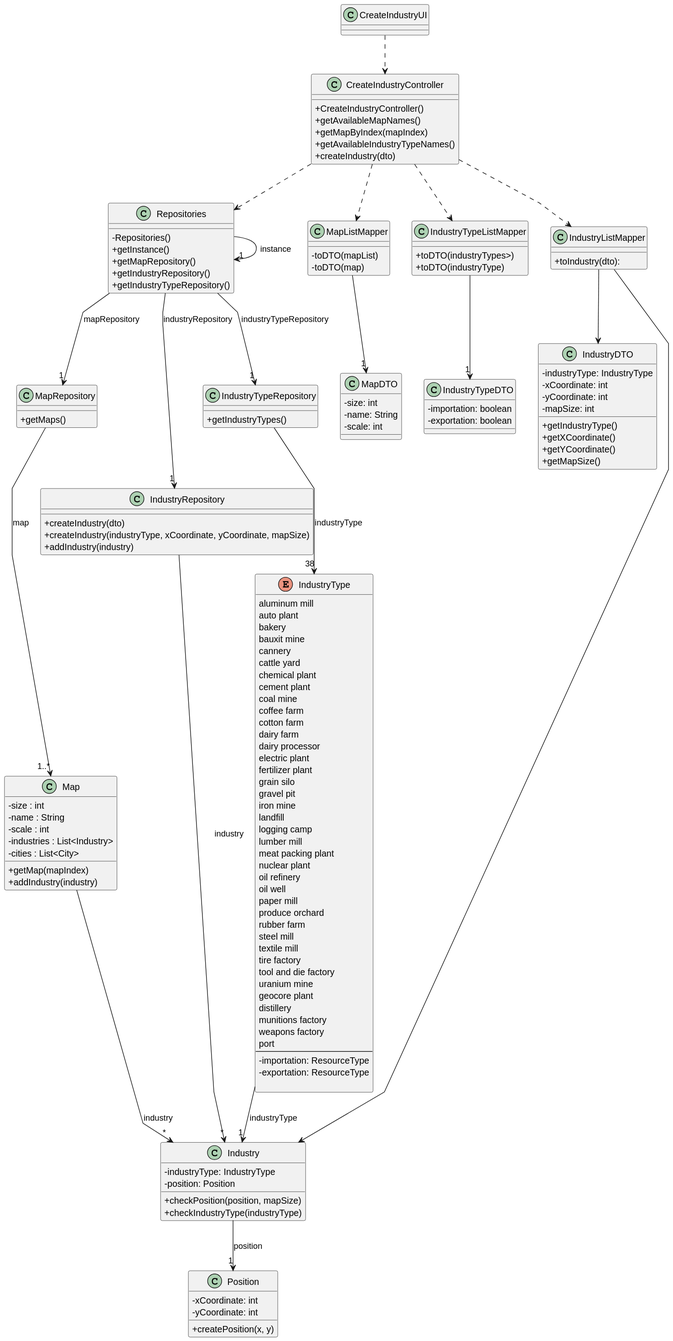
Before: Sprint3/US002/03.design/svg/US002-CD.svg, a diagram exported from PlantUML (1240935/pi2-railway-simulator). Source of this version:
```plantuml
@startuml
skinparam packageStyle rectangle
skinparam shadowing false
skinparam linetype polyline

skinparam classAttributeIconSize 0


class CreateIndustryUI {
}

class CreateIndustryController {
  +CreateIndustryController()
  +getAvailableMapNames()
  +getMapByIndex(mapIndex)
  +getAvailableIndustryTypeNames()
  +createIndustry(dto)
}

class Repositories {
  -Repositories()
  +getInstance()
  +getMapRepository()
  +getIndustryRepository()
  +getIndustryTypeRepository()
}

class MapRepository {
  +getMaps()
}

class IndustryRepository {
  +createIndustry(dto)
  +createIndustry(industryType, xCoordinate, yCoordinate, mapSize)
  +addIndustry(industry)
}

class IndustryTypeRepository {
  +getIndustryTypes()
}

class MapListMapper {
  -toDTO(mapList)
  -toDTO(map)
}

class IndustryTypeListMapper {
  +toDTO(industryTypes>)
  +toDTO(industryType)
}

class IndustryListMapper {
  +toIndustry(dto):
}

class MapDTO {
  -size: int
  -name: String
  -scale: int
}

class IndustryTypeDTO {
  -importation: boolean
  -exportation: boolean
}

class IndustryDTO {
  -industryType: IndustryType
  -xCoordinate: int
  -yCoordinate: int
  -mapSize: int
  +getIndustryType()
  +getXCoordinate()
  +getYCoordinate()
  +getMapSize()
}

class Map {
  - size : int
  - name : String
  - scale : int
  - industries : List<Industry>
  - cities : List<City>
  +getMap(mapIndex)
  +addIndustry(industry)
}

class Industry {
  -industryType: IndustryType
  -position: Position
  +checkPosition(position, mapSize)
  +checkIndustryType(industryType)
}

 enum IndustryType{
    aluminum mill
    auto plant
    bakery
    bauxit mine
    cannery
    cattle yard
    chemical plant
    cement plant
    coal mine
    coffee farm
    cotton farm
    dairy farm
    dairy processor
    electric plant
    fertilizer plant
    grain silo
    gravel pit
    iron mine
    landfill
    logging camp
    lumber mill
    meat packing plant
    nuclear plant
    oil refinery
    oil well
    paper mill
    produce orchard
    rubber farm
    steel mill
    textile mill
    tire factory
    tool and die factory
    uranium mine
    geocore plant
    distillery
    munitions factory
    weapons factory
    port
    --
    -importation: ResourceType
    -exportation: ResourceType

  }

class Position {
  -xCoordinate: int
  -yCoordinate: int
  +createPosition(x, y)
}

CreateIndustryUI ..> CreateIndustryController

CreateIndustryController ..> Repositories

Repositories -> "1" Repositories : instance
Repositories --> "1" MapRepository: mapRepository
Repositories --> "1" IndustryRepository: industryRepository
Repositories --> "1" IndustryTypeRepository: industryTypeRepository

CreateIndustryController ..> MapListMapper

MapListMapper --> "1" MapDTO

CreateIndustryController ..> IndustryTypeListMapper

IndustryTypeListMapper --> "1" IndustryTypeDTO

CreateIndustryController ..> IndustryListMapper

IndustryListMapper --> Industry

IndustryListMapper --> IndustryDTO

Industry --> "1" Position: position

IndustryTypeRepository --> "38" IndustryType: industryType
MapRepository --> "1..*" Map: map
IndustryType --> "1" Industry: industryType

IndustryRepository --> "*" Industry: industry
Map --> "*" Industry: industry
@enduml
```
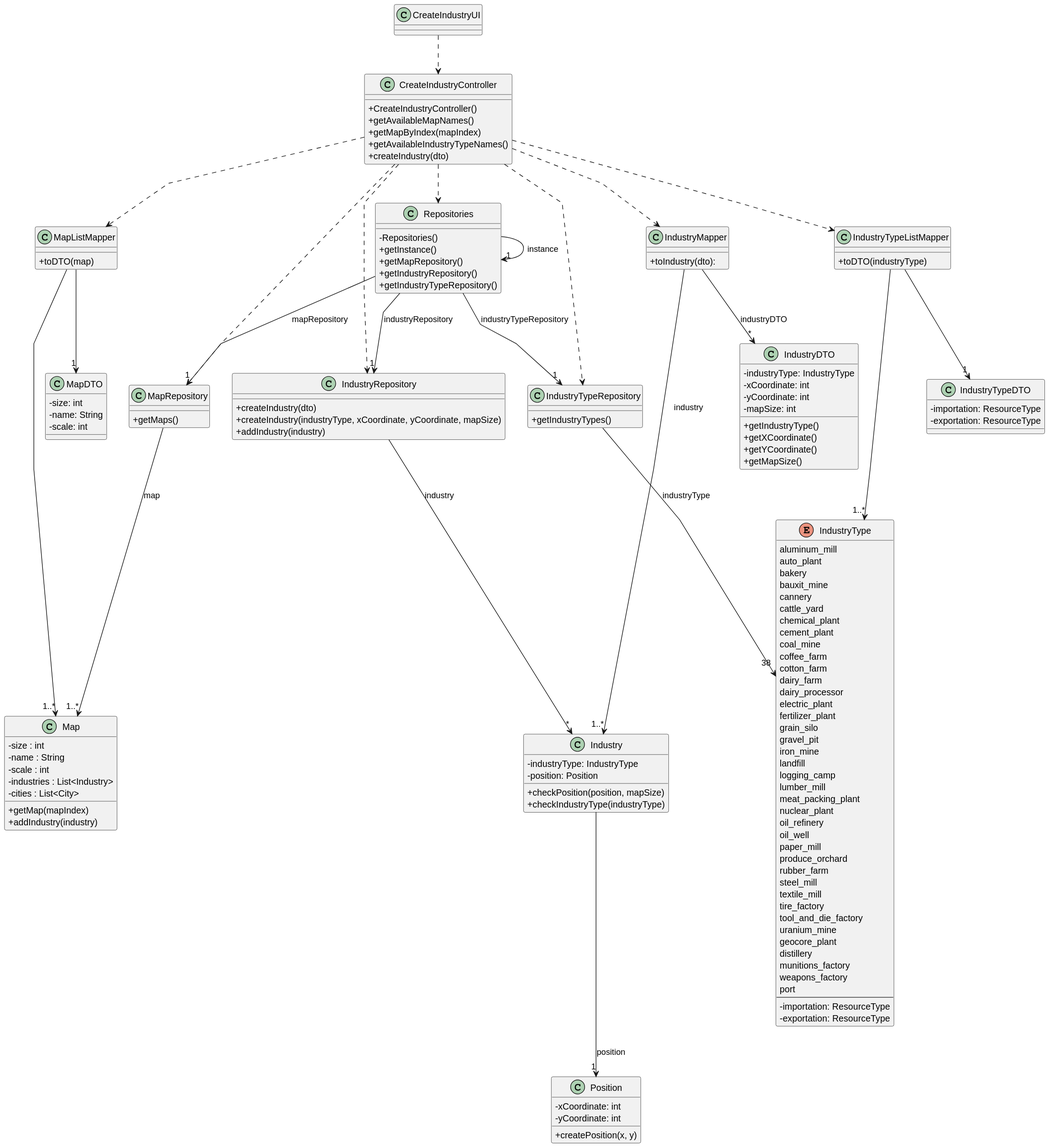
After the commit.

Change to the diagram source:
```diff
@@ -40,16 +40,14 @@
 }
 
 class MapListMapper {
-  -toDTO(mapList)
-  -toDTO(map)
+   +toDTO(map)
 }
 
 class IndustryTypeListMapper {
-  +toDTO(industryTypes>)
   +toDTO(industryType)
 }
 
-class IndustryListMapper {
+class IndustryMapper {
   +toIndustry(dto):
 }
 
@@ -60,8 +58,8 @@
 }
 
 class IndustryTypeDTO {
-  -importation: boolean
-  -exportation: boolean
+  -importation: ResourceType
+  -exportation: ResourceType
 }
 
 class IndustryDTO {
@@ -93,48 +91,47 @@
 }
 
  enum IndustryType{
-    aluminum mill
-    auto plant
+    aluminum_mill
+    auto_plant
     bakery
-    bauxit mine
+    bauxit_mine
     cannery
-    cattle yard
-    chemical plant
-    cement plant
-    coal mine
-    coffee farm
-    cotton farm
-    dairy farm
-    dairy processor
-    electric plant
-    fertilizer plant
-    grain silo
-    gravel pit
-    iron mine
+    cattle_yard
+    chemical_plant
+    cement_plant
+    coal_mine
+    coffee_farm
+    cotton_farm
+    dairy_farm
+    dairy_processor
+    electric_plant
+    fertilizer_plant
+    grain_silo
+    gravel_pit
+    iron_mine
     landfill
-    logging camp
-    lumber mill
-    meat packing plant
-    nuclear plant
-    oil refinery
-    oil well
-    paper mill
-    produce orchard
-    rubber farm
-    steel mill
-    textile mill
-    tire factory
-    tool and die factory
-    uranium mine
-    geocore plant
+    logging_camp
+    lumber_mill
+    meat_packing_plant
+    nuclear_plant
+    oil_refinery
+    oil_well
+    paper_mill
+    produce_orchard
+    rubber_farm
+    steel_mill
+    textile_mill
+    tire_factory
+    tool_and_die_factory
+    uranium_mine
+    geocore_plant
     distillery
-    munitions factory
-    weapons factory
+    munitions_factory
+    weapons_factory
     port
     --
     -importation: ResourceType
     -exportation: ResourceType
-
   }
 
 class Position {
@@ -146,32 +143,31 @@
 CreateIndustryUI ..> CreateIndustryController
 
 CreateIndustryController ..> Repositories
+CreateIndustryController ..> MapListMapper
+CreateIndustryController ..> IndustryTypeRepository
+CreateIndustryController ..> MapRepository
+CreateIndustryController ..> IndustryRepository
+CreateIndustryController ..> IndustryTypeListMapper
+CreateIndustryController ..> IndustryMapper
 
 Repositories -> "1" Repositories : instance
 Repositories --> "1" MapRepository: mapRepository
 Repositories --> "1" IndustryRepository: industryRepository
 Repositories --> "1" IndustryTypeRepository: industryTypeRepository
 
-CreateIndustryController ..> MapListMapper
-
 MapListMapper --> "1" MapDTO
-
-CreateIndustryController ..> IndustryTypeListMapper
+MapListMapper --> "1..*" Map
 
 IndustryTypeListMapper --> "1" IndustryTypeDTO
+IndustryTypeListMapper --> "1..*" IndustryType
 
-CreateIndustryController ..> IndustryListMapper
-
-IndustryListMapper --> Industry
-
-IndustryListMapper --> IndustryDTO
+IndustryMapper --> "1..*" Industry: industry
+IndustryMapper --> "*" IndustryDTO: industryDTO
 
 Industry --> "1" Position: position
 
 IndustryTypeRepository --> "38" IndustryType: industryType
 MapRepository --> "1..*" Map: map
-IndustryType --> "1" Industry: industryType
 
 IndustryRepository --> "*" Industry: industry
-Map --> "*" Industry: industry
 @enduml
```
